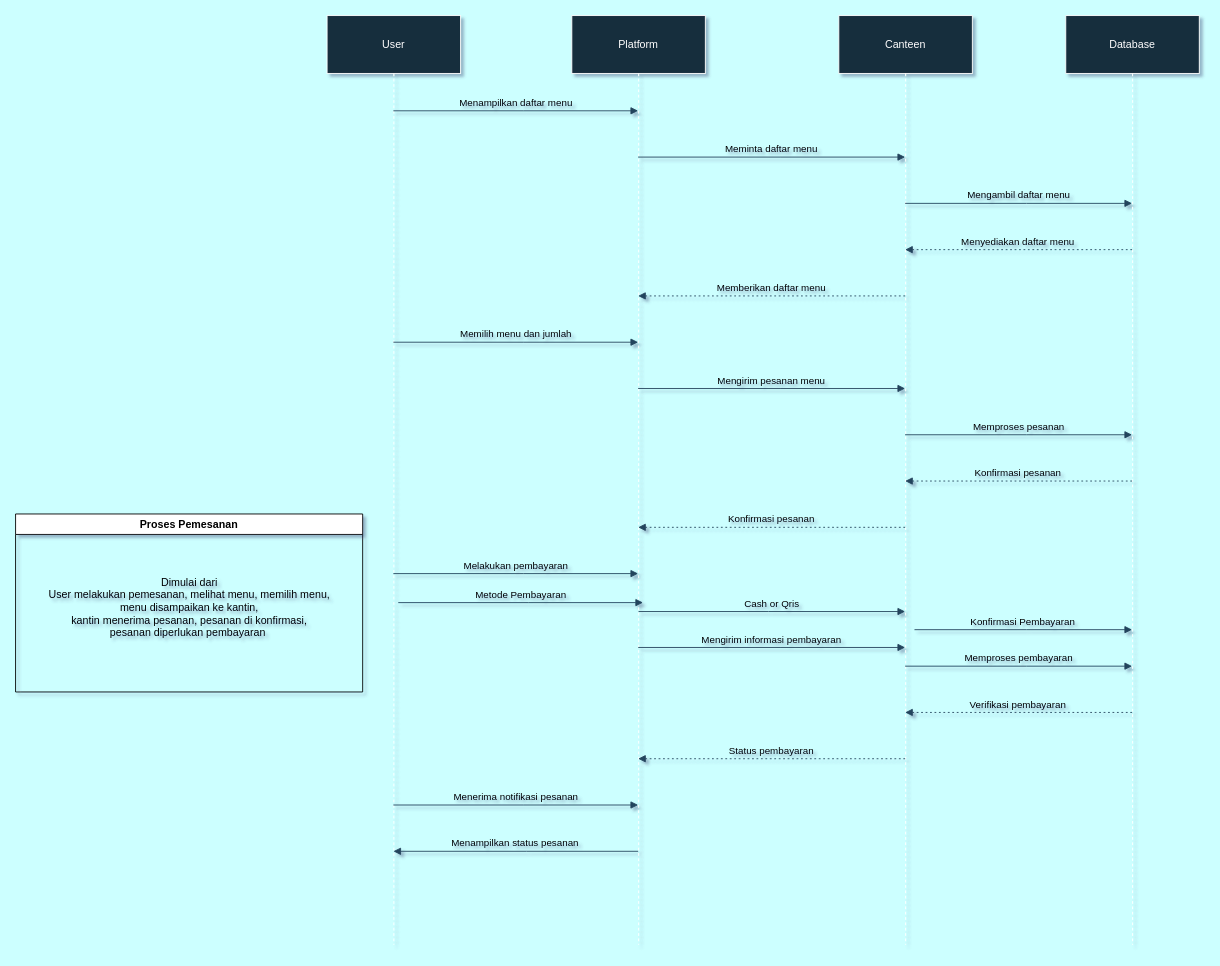
rogerkampret/Kantin-Kampus-Digital keeps this draw.io diagram as PlatformPesananKantin.drawio. Above is the earlier version. Source tidied: cells renumbered, new cells numbered last; positions are measured from the earlier drawing's top-left corner, leaving out a move shared by most shapes. Both pictures are drawn from the tidied source at 89%, with x=0, y=0 at pixel (15, 15).
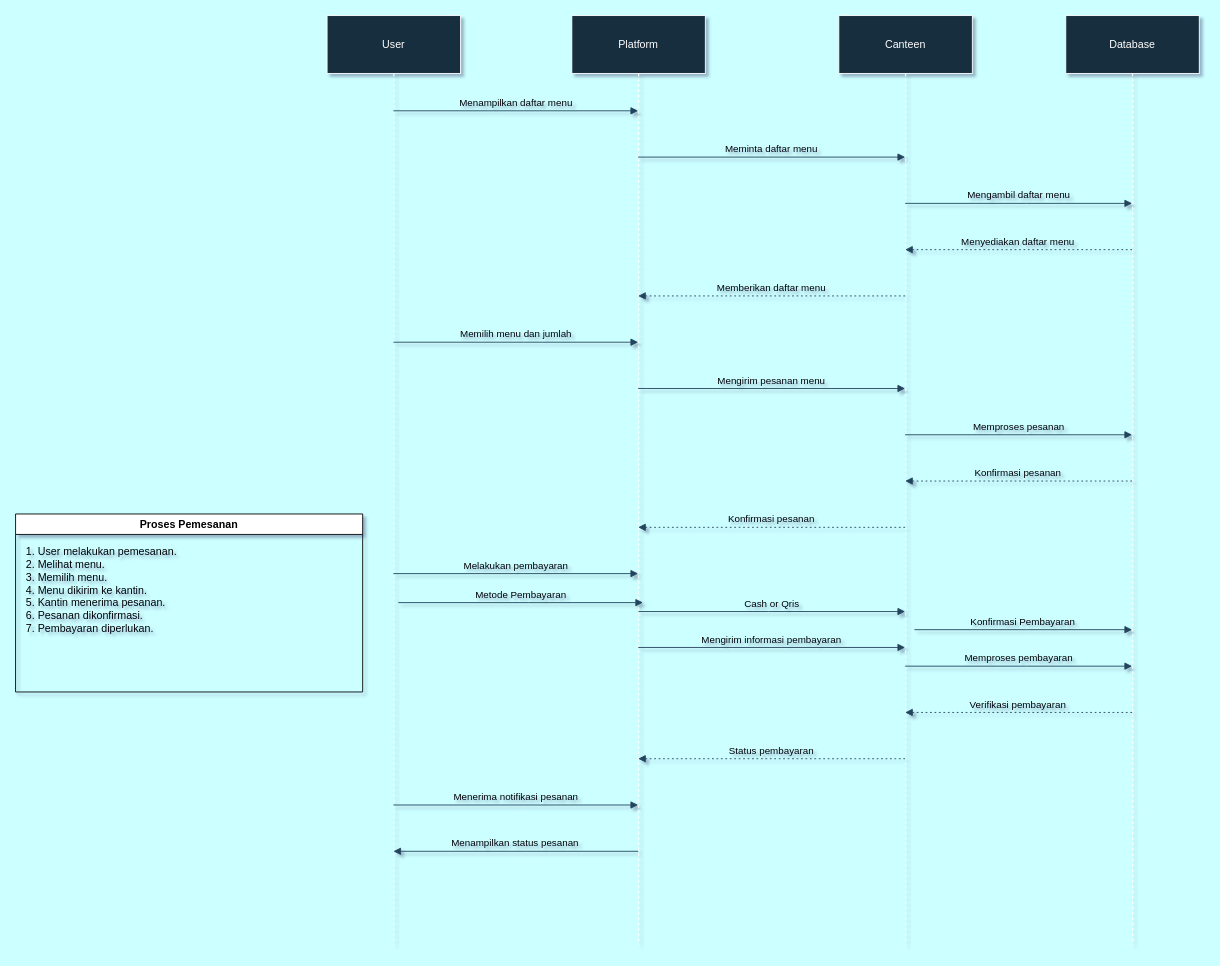
Above is the later version.

Unchanged cells that the change refers to:
```xml
<mxCell id="23" value="Proses Pemesanan" style="swimlane;whiteSpace=wrap;html=1;" parent="1" vertex="1">
  <mxGeometry y="560" width="390" height="200" as="geometry" />
</mxCell>
```

The edit, as a diff of the source:
```diff
@@
-    <mxCell id="24" value="&lt;div style=&quot;&quot;&gt;&lt;span style=&quot;background-color: initial;&quot;&gt;Dimulai dari&lt;/span&gt;&lt;/div&gt;&lt;div style=&quot;&quot;&gt;User melakukan pemesanan, melihat menu, memilih menu,&lt;/div&gt;&lt;div style=&quot;&quot;&gt;menu disampaikan ke kantin,&lt;/div&gt;&lt;div style=&quot;&quot;&gt;kantin menerima pesanan, pesanan di konfirmasi,&lt;/div&gt;&lt;div style=&quot;&quot;&gt;pesanan diperlukan pembayaran&amp;nbsp;&lt;/div&gt;" style="text;html=1;align=center;verticalAlign=middle;strokeColor=none;fillColor=none;" parent="23" vertex="1">
-      <mxGeometry x="25" y="60" width="340" height="90" as="geometry" />
+    <mxCell id="24" value="&lt;div style=&quot;&quot;&gt;&lt;div&gt;&lt;span style=&quot;background-color: initial;&quot;&gt;1. User melakukan pemesanan.&lt;/span&gt;&lt;br&gt;&lt;/div&gt;&lt;div&gt;2. Melihat menu.&lt;/div&gt;&lt;div&gt;3. Memilih menu.&lt;/div&gt;&lt;div style=&quot;&quot;&gt;4. Menu dikirim ke kantin.&lt;/div&gt;&lt;div&gt;5. Kantin menerima pesanan.&lt;/div&gt;&lt;div&gt;6. Pesanan dikonfirmasi.&lt;/div&gt;&lt;div&gt;7. Pembayaran diperlukan.&lt;/div&gt;&lt;div&gt;&lt;br&gt;&lt;/div&gt;&lt;div&gt;&lt;br&gt;&lt;/div&gt;&lt;/div&gt;" style="text;html=1;align=left;verticalAlign=middle;strokeColor=none;fillColor=none;" parent="23" vertex="1">
+      <mxGeometry x="10" y="30" width="190" height="140" as="geometry" />
     </mxCell>
```
